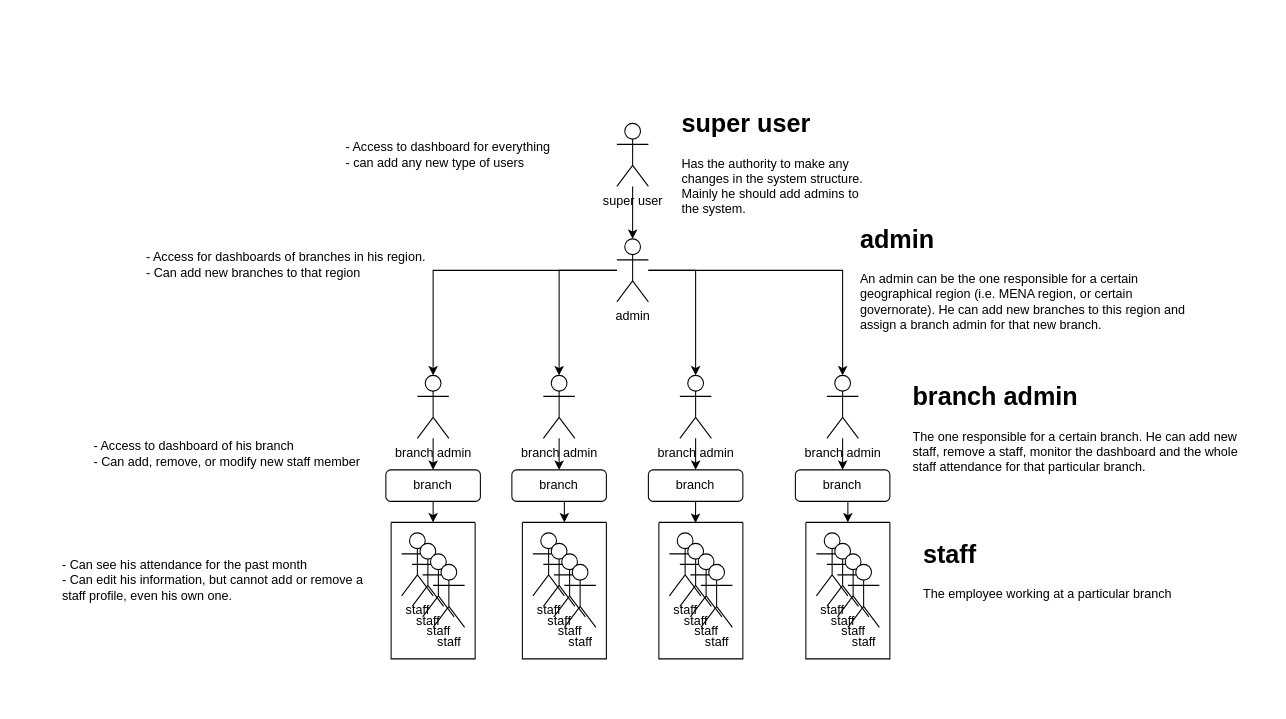
The draw.io diagram .drawio in NourEldeenM/surveillance-system, before the edit. Source tidied: cells renumbered, new cells numbered last; positions are measured from the earlier drawing's top-left corner, leaving out a move shared by most shapes. Both pictures are drawn from the tidied source at 105%, with x=0, y=0 at pixel (60, 102).
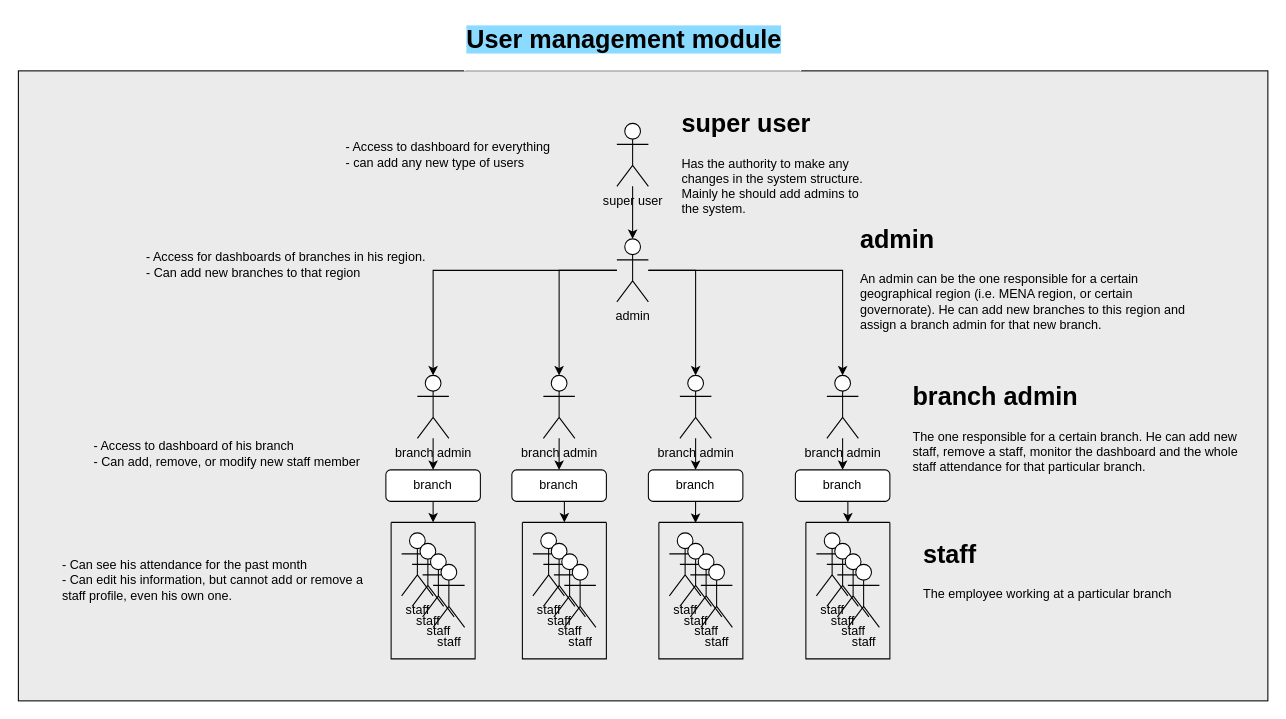
The same page after the edit.

Change to the diagram source:
```diff
@@
+    <mxCell id="57" style="rounded=0;whiteSpace=wrap;html=1;shadow=0;fillColor=light-dark(#EBEBEB,var(--ge-dark-color, #121212));" parent="1" vertex="1">
+      <mxGeometry x="-40" y="-30" width="1190" height="600" as="geometry" />
+    </mxCell>
@@
+    <mxCell id="58" value="&lt;h1 style=&quot;margin-top: 0px;&quot;&gt;&lt;span style=&quot;background-color: light-dark(rgb(138, 219, 255), rgb(255, 255, 255));&quot;&gt;User management module&lt;/span&gt;&lt;/h1&gt;" style="text;html=1;whiteSpace=wrap;overflow=hidden;rounded=0;strokeColor=#FFFFFF;" parent="1" vertex="1">
+      <mxGeometry x="385" y="-80" width="320" height="50" as="geometry" />
+    </mxCell>
```
